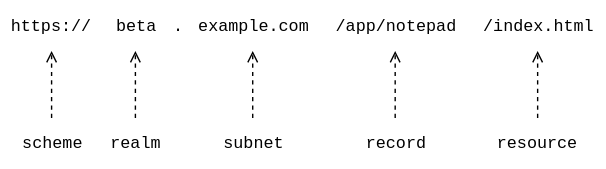
The draw.io diagram docs/design/diagrams/dmg-url.drawio.svg in dxos/dxos, before a commit. Source tidied: cells renumbered, new cells last; positions are measured from the earlier drawing's top-left corner, leaving out a move shared by most shapes. Its diagram source:
```xml
<mxGraphModel>
  <root>
    <mxCell id="0" />
    <mxCell id="1" parent="0" />
    <mxCell id="2" value="https://" style="rounded=0;whiteSpace=wrap;html=1;fontFamily=Courier New;strokeColor=none;" parent="1" vertex="1">
      <mxGeometry width="72" height="36" as="geometry" />
    </mxCell>
    <mxCell id="3" value="beta" style="rounded=0;whiteSpace=wrap;html=1;fontFamily=Courier New;strokeColor=none;" parent="1" vertex="1">
      <mxGeometry x="72" width="48" height="36" as="geometry" />
    </mxCell>
    <mxCell id="4" value="example.com" style="rounded=0;whiteSpace=wrap;html=1;fontFamily=Courier New;strokeColor=none;" parent="1" vertex="1">
      <mxGeometry x="144" width="72" height="36" as="geometry" />
    </mxCell>
    <mxCell id="5" value="/app/notepad" style="rounded=0;whiteSpace=wrap;html=1;fontFamily=Courier New;strokeColor=none;" parent="1" vertex="1">
      <mxGeometry x="228" width="108" height="36" as="geometry" />
    </mxCell>
    <mxCell id="6" value="/index.html" style="rounded=0;whiteSpace=wrap;html=1;fontFamily=Courier New;strokeColor=none;" parent="1" vertex="1">
      <mxGeometry x="336" width="96" height="36" as="geometry" />
    </mxCell>
    <mxCell id="7" style="edgeStyle=orthogonalEdgeStyle;rounded=0;jettySize=auto;html=1;exitX=0.5;exitY=0;exitDx=0;exitDy=0;entryX=0.5;entryY=1;entryDx=0;entryDy=0;fontFamily=Courier New;endArrow=open;endFill=0;dashed=1;" parent="1" edge="1" source="8" target="3">
      <mxGeometry relative="1" as="geometry" />
    </mxCell>
    <mxCell id="8" value="realm" style="rounded=0;whiteSpace=wrap;html=1;fontFamily=Courier New;strokeColor=none;" parent="1" vertex="1">
      <mxGeometry x="72" y="84" width="48" height="36" as="geometry" />
    </mxCell>
    <mxCell id="9" style="edgeStyle=orthogonalEdgeStyle;rounded=0;jettySize=auto;html=1;exitX=0.5;exitY=0;exitDx=0;exitDy=0;fontFamily=Courier New;endArrow=open;endFill=0;dashed=1;" parent="1" edge="1" source="10" target="4">
      <mxGeometry relative="1" as="geometry" />
    </mxCell>
    <mxCell id="10" value="subnet" style="rounded=0;whiteSpace=wrap;html=1;fontFamily=Courier New;strokeColor=none;" parent="1" vertex="1">
      <mxGeometry x="144" y="84" width="72" height="36" as="geometry" />
    </mxCell>
    <mxCell id="11" style="edgeStyle=orthogonalEdgeStyle;rounded=0;jettySize=auto;html=1;exitX=0.5;exitY=0;exitDx=0;exitDy=0;entryX=0.5;entryY=1;entryDx=0;entryDy=0;fontFamily=Courier New;endArrow=open;endFill=0;dashed=1;" parent="1" edge="1" source="12" target="5">
      <mxGeometry relative="1" as="geometry" />
    </mxCell>
    <mxCell id="12" value="record" style="rounded=0;whiteSpace=wrap;html=1;fontFamily=Courier New;strokeColor=none;" parent="1" vertex="1">
      <mxGeometry x="240" y="84" width="84" height="36" as="geometry" />
    </mxCell>
    <mxCell id="13" style="edgeStyle=orthogonalEdgeStyle;rounded=0;jettySize=auto;html=1;exitX=0.5;exitY=0;exitDx=0;exitDy=0;entryX=0.5;entryY=1;entryDx=0;entryDy=0;fontFamily=Courier New;endArrow=open;endFill=0;dashed=1;" parent="1" edge="1" source="14" target="6">
      <mxGeometry relative="1" as="geometry" />
    </mxCell>
    <mxCell id="14" value="resource" style="rounded=0;whiteSpace=wrap;html=1;fontFamily=Courier New;strokeColor=none;" parent="1" vertex="1">
      <mxGeometry x="348" y="84" width="72" height="36" as="geometry" />
    </mxCell>
    <mxCell id="15" value="." style="rounded=0;whiteSpace=wrap;html=1;fontFamily=Courier New;strokeColor=none;" parent="1" vertex="1">
      <mxGeometry x="120" width="12" height="36" as="geometry" />
    </mxCell>
    <mxCell id="16" style="edgeStyle=orthogonalEdgeStyle;rounded=0;jettySize=auto;html=1;exitX=0.5;exitY=0;exitDx=0;exitDy=0;entryX=0.5;entryY=1;entryDx=0;entryDy=0;dashed=1;endArrow=open;endFill=0;fontFamily=Courier New;" parent="1" edge="1" source="17" target="2">
      <mxGeometry relative="1" as="geometry" />
    </mxCell>
    <mxCell id="17" value="scheme" style="rounded=0;whiteSpace=wrap;html=1;fontFamily=Courier New;strokeColor=none;" parent="1" vertex="1">
      <mxGeometry y="84" width="72" height="36" as="geometry" />
    </mxCell>
  </root>
</mxGraphModel>
```
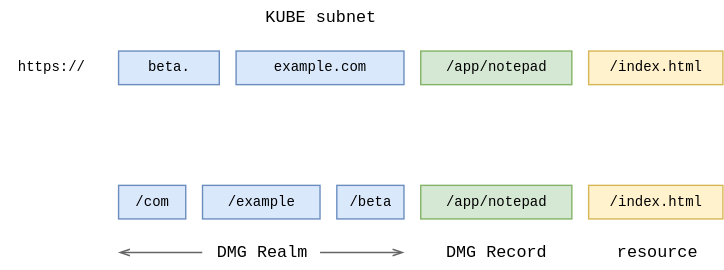
Above is the later version.

Diff of the diagram source:
```diff
@@ -2,53 +2,57 @@
   <root>
     <mxCell id="0" />
     <mxCell id="1" parent="0" />
+    <mxCell id="12" value="DMG Record" style="rounded=0;whiteSpace=wrap;html=1;fontFamily=Courier New;strokeColor=none;" parent="1" vertex="1">
+      <mxGeometry x="312" y="204" width="108" height="24" as="geometry" />
+    </mxCell>
+    <mxCell id="14" value="resource" style="rounded=0;whiteSpace=wrap;html=1;fontFamily=Courier New;strokeColor=none;" parent="1" vertex="1">
+      <mxGeometry x="432" y="204" width="96" height="24" as="geometry" />
+    </mxCell>
-    <mxCell id="2" value="https://" style="rounded=0;whiteSpace=wrap;html=1;fontFamily=Courier New;strokeColor=none;" parent="1" vertex="1">
-      <mxGeometry width="72" height="36" as="geometry" />
+    <mxCell id="2" value="https://" style="rounded=0;whiteSpace=wrap;html=1;align=center;fontFamily=Courier New;fontSize=10;strokeColor=none;" parent="1" vertex="1">
+      <mxGeometry x="12" y="72" width="72" height="24" as="geometry" />
     </mxCell>
-    <mxCell id="3" value="beta" style="rounded=0;whiteSpace=wrap;html=1;fontFamily=Courier New;strokeColor=none;" parent="1" vertex="1">
-      <mxGeometry x="72" width="48" height="36" as="geometry" />
-    </mxCell>
+    <mxCell id="18" value="beta." style="rounded=0;whiteSpace=wrap;html=1;align=center;fillColor=#dae8fc;strokeColor=#6c8ebf;fontFamily=Courier New;fontSize=10;" parent="1" vertex="1">
+      <mxGeometry x="96" y="72" width="72" height="24" as="geometry" />
+    </mxCell>
-    <mxCell id="4" value="example.com" style="rounded=0;whiteSpace=wrap;html=1;fontFamily=Courier New;strokeColor=none;" parent="1" vertex="1">
-      <mxGeometry x="144" width="72" height="36" as="geometry" />
+    <mxCell id="4" value="example.com" style="rounded=0;whiteSpace=wrap;html=1;align=center;fillColor=#dae8fc;strokeColor=#6c8ebf;fontFamily=Courier New;fontSize=10;" parent="1" vertex="1">
+      <mxGeometry x="180" y="72" width="120" height="24" as="geometry" />
     </mxCell>
-    <mxCell id="5" value="/app/notepad" style="rounded=0;whiteSpace=wrap;html=1;fontFamily=Courier New;strokeColor=none;" parent="1" vertex="1">
-      <mxGeometry x="228" width="108" height="36" as="geometry" />
-    </mxCell>
-    <mxCell id="6" value="/index.html" style="rounded=0;whiteSpace=wrap;html=1;fontFamily=Courier New;strokeColor=none;" parent="1" vertex="1">
-      <mxGeometry x="336" width="96" height="36" as="geometry" />
-    </mxCell>
-    <mxCell id="7" style="edgeStyle=orthogonalEdgeStyle;rounded=0;jettySize=auto;html=1;exitX=0.5;exitY=0;exitDx=0;exitDy=0;entryX=0.5;entryY=1;entryDx=0;entryDy=0;fontFamily=Courier New;endArrow=open;endFill=0;dashed=1;" parent="1" edge="1" source="8" target="3">
-      <mxGeometry relative="1" as="geometry" />
-    </mxCell>
-    <mxCell id="8" value="realm" style="rounded=0;whiteSpace=wrap;html=1;fontFamily=Courier New;strokeColor=none;" parent="1" vertex="1">
-      <mxGeometry x="72" y="84" width="48" height="36" as="geometry" />
-    </mxCell>
-    <mxCell id="9" style="edgeStyle=orthogonalEdgeStyle;rounded=0;jettySize=auto;html=1;exitX=0.5;exitY=0;exitDx=0;exitDy=0;fontFamily=Courier New;endArrow=open;endFill=0;dashed=1;" parent="1" edge="1" source="10" target="4">
-      <mxGeometry relative="1" as="geometry" />
-    </mxCell>
-    <mxCell id="10" value="subnet" style="rounded=0;whiteSpace=wrap;html=1;fontFamily=Courier New;strokeColor=none;" parent="1" vertex="1">
-      <mxGeometry x="144" y="84" width="72" height="36" as="geometry" />
-    </mxCell>
-    <mxCell id="11" style="edgeStyle=orthogonalEdgeStyle;rounded=0;jettySize=auto;html=1;exitX=0.5;exitY=0;exitDx=0;exitDy=0;entryX=0.5;entryY=1;entryDx=0;entryDy=0;fontFamily=Courier New;endArrow=open;endFill=0;dashed=1;" parent="1" edge="1" source="12" target="5">
-      <mxGeometry relative="1" as="geometry" />
-    </mxCell>
-    <mxCell id="12" value="record" style="rounded=0;whiteSpace=wrap;html=1;fontFamily=Courier New;strokeColor=none;" parent="1" vertex="1">
-      <mxGeometry x="240" y="84" width="84" height="36" as="geometry" />
-    </mxCell>
-    <mxCell id="13" style="edgeStyle=orthogonalEdgeStyle;rounded=0;jettySize=auto;html=1;exitX=0.5;exitY=0;exitDx=0;exitDy=0;entryX=0.5;entryY=1;entryDx=0;entryDy=0;fontFamily=Courier New;endArrow=open;endFill=0;dashed=1;" parent="1" edge="1" source="14" target="6">
-      <mxGeometry relative="1" as="geometry" />
-    </mxCell>
-    <mxCell id="14" value="resource" style="rounded=0;whiteSpace=wrap;html=1;fontFamily=Courier New;strokeColor=none;" parent="1" vertex="1">
-      <mxGeometry x="348" y="84" width="72" height="36" as="geometry" />
-    </mxCell>
-    <mxCell id="15" value="." style="rounded=0;whiteSpace=wrap;html=1;fontFamily=Courier New;strokeColor=none;" parent="1" vertex="1">
-      <mxGeometry x="120" width="12" height="36" as="geometry" />
-    </mxCell>
-    <mxCell id="16" style="edgeStyle=orthogonalEdgeStyle;rounded=0;jettySize=auto;html=1;exitX=0.5;exitY=0;exitDx=0;exitDy=0;entryX=0.5;entryY=1;entryDx=0;entryDy=0;dashed=1;endArrow=open;endFill=0;fontFamily=Courier New;" parent="1" edge="1" source="17" target="2">
-      <mxGeometry relative="1" as="geometry" />
-    </mxCell>
-    <mxCell id="17" value="scheme" style="rounded=0;whiteSpace=wrap;html=1;fontFamily=Courier New;strokeColor=none;" parent="1" vertex="1">
-      <mxGeometry y="84" width="72" height="36" as="geometry" />
-    </mxCell>
+    <mxCell id="19" value="/app/notepad" style="rounded=0;whiteSpace=wrap;html=1;align=center;fillColor=#d5e8d4;strokeColor=#82b366;fontFamily=Courier New;fontSize=10;" parent="1" vertex="1">
+      <mxGeometry x="312" y="72" width="108" height="24" as="geometry" />
+    </mxCell>
+    <mxCell id="20" value="/index.html" style="rounded=0;whiteSpace=wrap;html=1;align=center;fillColor=#fff2cc;strokeColor=#d6b656;fontFamily=Courier New;fontSize=10;" parent="1" vertex="1">
+      <mxGeometry x="432" y="72" width="96" height="24" as="geometry" />
+    </mxCell>
+    <mxCell id="21" value="KUBE subnet" style="rounded=0;whiteSpace=wrap;html=1;fontFamily=Courier New;strokeColor=none;" parent="1" vertex="1">
+      <mxGeometry x="180" y="36" width="120" height="24" as="geometry" />
+    </mxCell>
+    <mxCell id="22" value="/com" style="rounded=0;whiteSpace=wrap;html=1;align=center;fillColor=#dae8fc;strokeColor=#6c8ebf;fontFamily=Courier New;fontSize=10;" parent="1" vertex="1">
+      <mxGeometry x="96" y="168" width="48" height="24" as="geometry" />
+    </mxCell>
+    <mxCell id="23" value="/app/notepad" style="rounded=0;whiteSpace=wrap;html=1;align=center;fillColor=#d5e8d4;strokeColor=#82b366;fontFamily=Courier New;fontSize=10;" parent="1" vertex="1">
+      <mxGeometry x="312" y="168" width="108" height="24" as="geometry" />
+    </mxCell>
+    <mxCell id="24" value="/index.html" style="rounded=0;whiteSpace=wrap;html=1;align=center;fillColor=#fff2cc;strokeColor=#d6b656;fontFamily=Courier New;fontSize=10;" parent="1" vertex="1">
+      <mxGeometry x="432" y="168" width="96" height="24" as="geometry" />
+    </mxCell>
+    <mxCell id="25" value="/example" style="rounded=0;whiteSpace=wrap;html=1;align=center;fillColor=#dae8fc;strokeColor=#6c8ebf;fontFamily=Courier New;fontSize=10;" parent="1" vertex="1">
+      <mxGeometry x="156" y="168" width="84" height="24" as="geometry" />
+    </mxCell>
+    <mxCell id="26" value="/beta" style="rounded=0;whiteSpace=wrap;html=1;align=center;fillColor=#dae8fc;strokeColor=#6c8ebf;fontFamily=Courier New;fontSize=10;" parent="1" vertex="1">
+      <mxGeometry x="252" y="168" width="48" height="24" as="geometry" />
+    </mxCell>
+    <mxCell id="27" style="edgeStyle=orthogonalEdgeStyle;rounded=0;jettySize=auto;html=1;exitX=0;exitY=0.5;exitDx=0;exitDy=0;startArrow=none;startFill=0;endArrow=openThin;endFill=0;fontFamily=Courier New;fontSize=10;fillColor=#f5f5f5;strokeColor=#666666;" parent="1" edge="1" source="29">
+      <mxGeometry relative="1" as="geometry">
+        <mxPoint x="96" y="216" as="targetPoint" />
+      </mxGeometry>
+    </mxCell>
+    <mxCell id="28" style="edgeStyle=orthogonalEdgeStyle;rounded=0;jettySize=auto;html=1;exitX=1;exitY=0.5;exitDx=0;exitDy=0;startArrow=none;startFill=0;endArrow=openThin;endFill=0;fontFamily=Courier New;fontSize=10;fillColor=#f5f5f5;strokeColor=#666666;" parent="1" edge="1" source="29">
+      <mxGeometry relative="1" as="geometry">
+        <mxPoint x="300" y="216" as="targetPoint" />
+      </mxGeometry>
+    </mxCell>
+    <mxCell id="29" value="DMG Realm" style="rounded=0;whiteSpace=wrap;html=1;fontFamily=Courier New;strokeColor=none;" parent="1" vertex="1">
+      <mxGeometry x="156" y="204" width="84" height="24" as="geometry" />
+    </mxCell>
   </root>
 </mxGraphModel>
```
